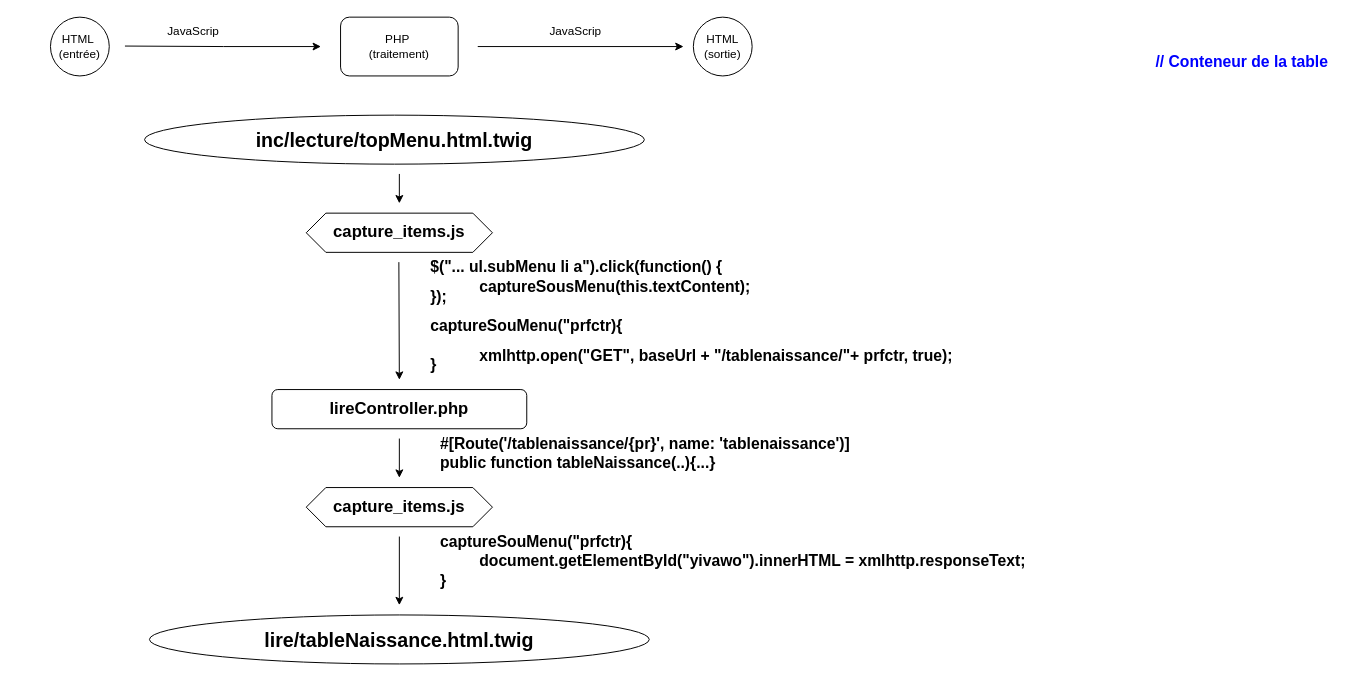
Earlier version of the draw.io diagram uml/lectureBD/lectureBD_afficher _sf.drawio (tamim2014/Documentation-etatcivil). Source tidied: cells renumbered, new cells numbered last; positions are measured from the earlier drawing's top-left corner, leaving out a move shared by most shapes. Both pictures are drawn from the tidied source at 98%, with x=0, y=0 at pixel (50, 17).
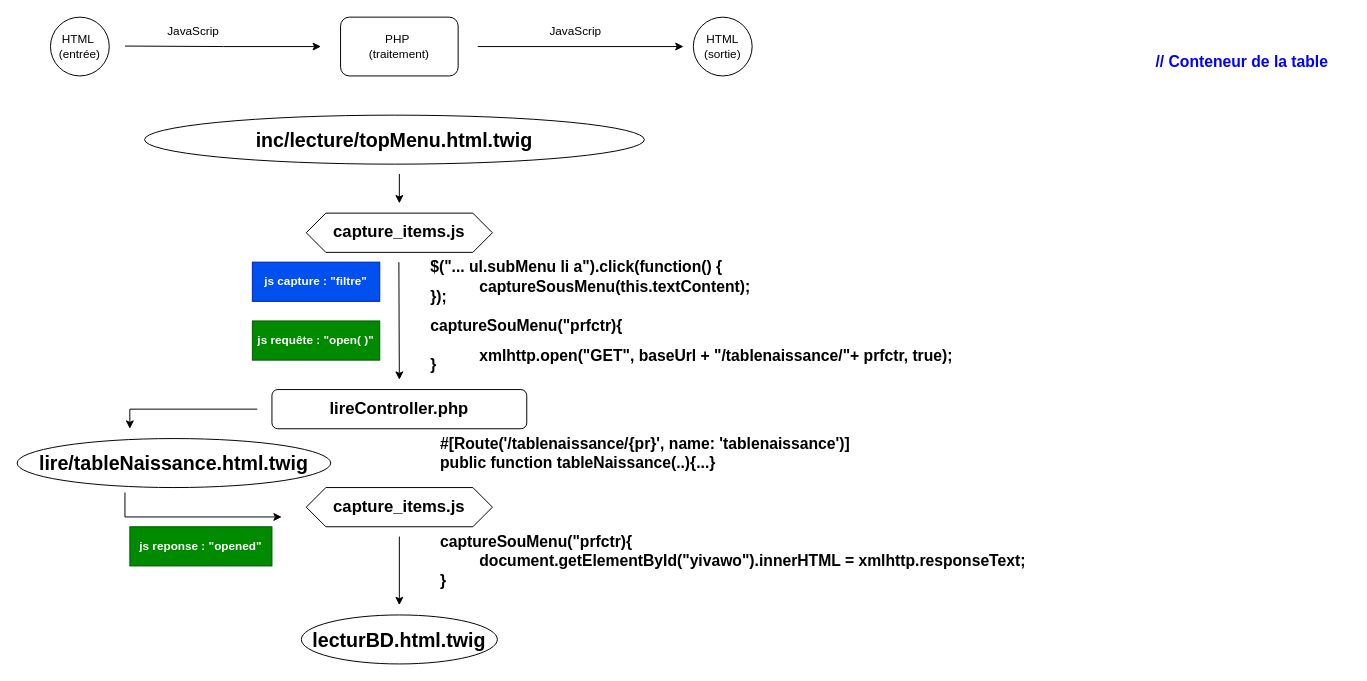
After the change.

The edit, as a diff of the source:
```diff
@@
-    <mxCell id="23" style="endArrow=classic;html=1;rounded=0;" parent="1" edge="1">
-      <mxGeometry relative="1" as="geometry">
-        <mxPoint x="356" y="430" as="sourcePoint" />
-        <mxPoint x="356" y="470" as="targetPoint" />
-      </mxGeometry>
-    </mxCell>
@@
     <mxCell id="28" style="endArrow=classic;html=1;rounded=0;" parent="1" edge="1">
       <mxGeometry relative="1" as="geometry">
-        <mxPoint x="356" y="530" as="sourcePoint" />
-        <mxPoint x="356" y="600" as="targetPoint" />
+        <mxPoint x="211" y="400" as="sourcePoint" />
+        <mxPoint x="81" y="420" as="targetPoint" />
+        <Array as="points">
+          <mxPoint x="81" y="400" />
+        </Array>
       </mxGeometry>
     </mxCell>
-    <mxCell id="29" value="&lt;span style=&quot;font-size: 20px;&quot;&gt;&lt;b&gt;lire/tableNaissance.html.twig&lt;/b&gt;&lt;/span&gt;" style="ellipse;whiteSpace=wrap;html=1;" parent="1" vertex="1">
-      <mxGeometry x="101" y="610" width="510" height="50" as="geometry" />
+    <mxCell id="29" value="&lt;span style=&quot;font-size: 20px;&quot;&gt;&lt;b&gt;lecturBD.html.twig&lt;/b&gt;&lt;/span&gt;" style="ellipse;whiteSpace=wrap;html=1;" parent="1" vertex="1">
+      <mxGeometry x="256" y="610" width="200" height="50" as="geometry" />
     </mxCell>
+    <mxCell id="30" value="&lt;span style=&quot;font-size: 20px;&quot;&gt;&lt;b&gt;lire/tableNaissance.html.twig&lt;/b&gt;&lt;/span&gt;" style="ellipse;whiteSpace=wrap;html=1;" parent="1" vertex="1">
+      <mxGeometry x="-34" y="430" width="320" height="50" as="geometry" />
+    </mxCell>
+    <mxCell id="31" style="endArrow=classic;html=1;rounded=0;" parent="1" edge="1">
+      <mxGeometry relative="1" as="geometry">
+        <mxPoint x="76" y="485" as="sourcePoint" />
+        <mxPoint x="236" y="510" as="targetPoint" />
+        <Array as="points">
+          <mxPoint x="76" y="510" />
+        </Array>
+      </mxGeometry>
+    </mxCell>
+    <mxCell id="32" style="endArrow=classic;html=1;rounded=0;" parent="1" edge="1">
+      <mxGeometry relative="1" as="geometry">
+        <mxPoint x="356" y="530" as="sourcePoint" />
+        <mxPoint x="356" y="600" as="targetPoint" />
+      </mxGeometry>
+    </mxCell>
+    <mxCell id="33" value="&lt;div style=&quot;&quot;&gt;&lt;b style=&quot;background-color: transparent;&quot;&gt;&lt;font style=&quot;color: rgb(255, 255, 255);&quot;&gt;js requête : &quot;open( )&quot;&lt;/font&gt;&lt;/b&gt;&lt;/div&gt;" style="text;html=1;whiteSpace=wrap;strokeColor=#005700;fillColor=#008a00;align=center;verticalAlign=middle;rounded=0;fontColor=#ffffff;" parent="1" vertex="1">
+      <mxGeometry x="206" y="310" width="130" height="40" as="geometry" />
+    </mxCell>
+    <mxCell id="34" value="&lt;div style=&quot;&quot;&gt;&lt;font color=&quot;#ffffff&quot;&gt;&lt;b&gt;js reponse : &quot;opened&quot;&lt;/b&gt;&lt;/font&gt;&lt;/div&gt;" style="text;html=1;whiteSpace=wrap;strokeColor=#005700;fillColor=#008a00;align=center;verticalAlign=middle;rounded=0;fontColor=#ffffff;" parent="1" vertex="1">
+      <mxGeometry x="81" y="520" width="145" height="40" as="geometry" />
+    </mxCell>
+    <mxCell id="35" value="&lt;div style=&quot;&quot;&gt;&lt;b style=&quot;background-color: transparent;&quot;&gt;&lt;font style=&quot;color: rgb(255, 255, 255);&quot;&gt;js capture : &quot;filtre&quot;&lt;/font&gt;&lt;/b&gt;&lt;/div&gt;" style="text;html=1;whiteSpace=wrap;strokeColor=#001DBC;fillColor=#0050ef;align=center;verticalAlign=middle;rounded=0;fontColor=#ffffff;" parent="1" vertex="1">
+      <mxGeometry x="206" y="250" width="130" height="40" as="geometry" />
+    </mxCell>
```
